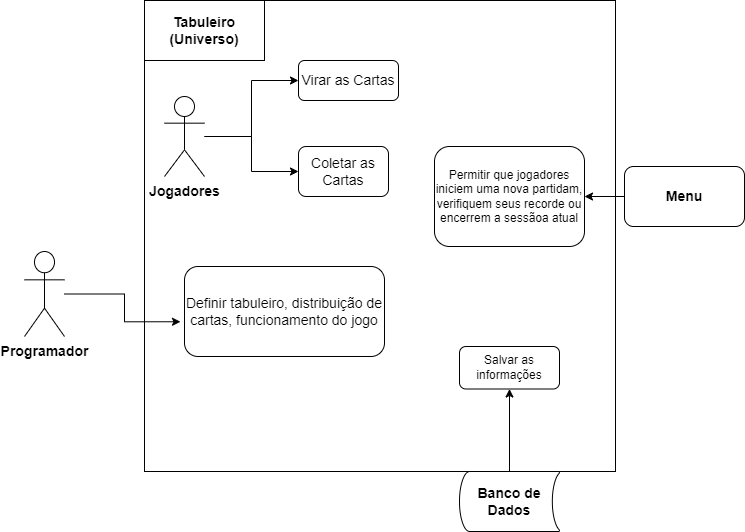
Above: Diagrama de Caso de Uso.drawio.png in FelipeRibeirooo/Entrega-03-OO-UML (draw.io), before the change. Source tidied: cells renumbered, new cells last; positions are measured from the earlier drawing's top-left corner, leaving out a move shared by most shapes.
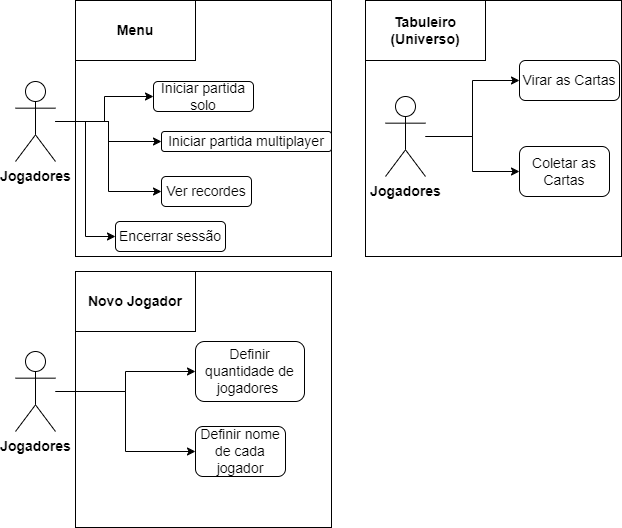
After the commit.

What changed in the source:
```diff
@@ -2,11 +2,8 @@
   <root>
     <mxCell id="0" />
     <mxCell id="1" parent="0" />
-    <mxCell id="2" value="&lt;font style=&quot;font-size: 14px;&quot;&gt;&lt;b&gt;Programador&lt;/b&gt;&lt;/font&gt;" style="shape=umlActor;verticalLabelPosition=bottom;verticalAlign=top;html=1;outlineConnect=0;" parent="1" vertex="1">
-      <mxGeometry y="251" width="40" height="85" as="geometry" />
-    </mxCell>
     <mxCell id="3" style="whiteSpace=wrap;html=1;rounded=0;glass=0;shadow=0;" parent="1" vertex="1">
-      <mxGeometry x="120" width="471" height="471" as="geometry" />
+      <mxGeometry x="120" width="256" height="256" as="geometry" />
     </mxCell>
     <mxCell id="4" style="edgeStyle=orthogonalEdgeStyle;rounded=0;orthogonalLoop=1;jettySize=auto;html=1;exitX=0.5;exitY=1;exitDx=0;exitDy=0;" parent="1" edge="1">
       <mxGeometry relative="1" as="geometry">
@@ -23,9 +20,6 @@
     <mxCell id="7" value="&lt;div&gt;&lt;font style=&quot;font-size: 14px;&quot;&gt;&lt;b&gt;Jogadores&lt;/b&gt;&lt;/font&gt;&lt;/div&gt;" style="shape=umlActor;verticalLabelPosition=bottom;verticalAlign=top;html=1;outlineConnect=0;" parent="1" vertex="1">
       <mxGeometry x="140" y="96" width="40" height="80" as="geometry" />
     </mxCell>
-    <mxCell id="8" value="&lt;font style=&quot;font-size: 14px;&quot;&gt;Definir tabuleiro, distribuição de cartas, funcionamento do jogo&lt;/font&gt;" style="text;html=1;strokeColor=default;fillColor=none;align=center;verticalAlign=middle;whiteSpace=wrap;rounded=1;" parent="1" vertex="1">
-      <mxGeometry x="160" y="266" width="200" height="90" as="geometry" />
-    </mxCell>
     <mxCell id="9" value="&lt;font style=&quot;font-size: 14px;&quot;&gt;Virar as Cartas&lt;/font&gt;" style="text;html=1;strokeColor=default;fillColor=none;align=center;verticalAlign=middle;whiteSpace=wrap;rounded=1;" parent="1" vertex="1">
       <mxGeometry x="274" y="60" width="100" height="40" as="geometry" />
     </mxCell>
@@ -35,26 +29,81 @@
     <mxCell id="11" value="&lt;b style=&quot;&quot;&gt;&lt;font style=&quot;font-size: 14px;&quot;&gt;Tabuleiro (Universo)&lt;/font&gt;&lt;/b&gt;" style="rounded=0;whiteSpace=wrap;html=1;" parent="1" vertex="1">
       <mxGeometry x="120" width="120" height="60" as="geometry" />
     </mxCell>
-    <mxCell id="12" style="edgeStyle=orthogonalEdgeStyle;rounded=0;jettySize=auto;html=1;entryX=-0.02;entryY=0.614;entryDx=0;entryDy=0;entryPerimeter=0;" parent="1" edge="1" source="2" target="8">
-      <mxGeometry relative="1" as="geometry" />
-    </mxCell>
-    <mxCell id="13" style="edgeStyle=orthogonalEdgeStyle;rounded=0;jettySize=auto;html=1;entryX=0.5;entryY=1;entryDx=0;entryDy=0;" parent="1" edge="1" source="14" target="15">
-      <mxGeometry relative="1" as="geometry" />
+    <mxCell id="13" style="edgeStyle=orthogonalEdgeStyle;rounded=0;jettySize=auto;html=1;entryX=0.5;entryY=1;entryDx=0;entryDy=0;" parent="1" edge="1" source="x">
+      <mxGeometry relative="1" as="geometry">
+        <mxPoint x="385" y="393.5" as="targetPoint" />
+      </mxGeometry>
     </mxCell>
-    <mxCell id="14" value="&lt;b&gt;&lt;font style=&quot;font-size: 14px;&quot;&gt;Banco de Dados&lt;/font&gt;&lt;/b&gt;" style="strokeWidth=1;html=1;shape=mxgraph.flowchart.stored_data;whiteSpace=wrap;fillColor=default;" parent="1" vertex="1">
-      <mxGeometry x="435" y="471" width="100" height="60" as="geometry" />
-    </mxCell>
-    <mxCell id="15" value="Salvar as informações" style="rounded=1;whiteSpace=wrap;html=1;" parent="1" vertex="1">
-      <mxGeometry x="435" y="346" width="100" height="42.5" as="geometry" />
-    </mxCell>
-    <mxCell id="16" value="Permitir que jogadores iniciem uma nova partidam, verifiquem seus recorde ou encerrem a sessãoa atual" style="rounded=1;whiteSpace=wrap;html=1;" parent="1" vertex="1">
-      <mxGeometry x="410" y="146" width="150" height="100" as="geometry" />
-    </mxCell>
-    <mxCell id="17" style="edgeStyle=orthogonalEdgeStyle;rounded=0;jettySize=auto;html=1;" parent="1" edge="1" source="18" target="16">
-      <mxGeometry relative="1" as="geometry" />
+    <mxCell id="17" style="edgeStyle=orthogonalEdgeStyle;rounded=0;jettySize=auto;html=1;" parent="1" edge="1" source="x">
+      <mxGeometry relative="1" as="geometry">
+        <mxPoint x="460" y="201" as="targetPoint" />
+      </mxGeometry>
     </mxCell>
+    <mxCell id="19" style="whiteSpace=wrap;html=1;rounded=0;glass=0;shadow=0;" parent="1" vertex="1">
+      <mxGeometry x="-170" width="256" height="256" as="geometry" />
+    </mxCell>
+    <mxCell id="20" style="edgeStyle=orthogonalEdgeStyle;rounded=0;orthogonalLoop=1;jettySize=auto;html=1;exitX=0.5;exitY=1;exitDx=0;exitDy=0;" parent="1" edge="1">
+      <mxGeometry relative="1" as="geometry">
+        <mxPoint x="40" y="80.5" as="sourcePoint" />
+        <mxPoint x="40" y="80.5" as="targetPoint" />
+      </mxGeometry>
+    </mxCell>
+    <mxCell id="21" style="edgeStyle=orthogonalEdgeStyle;rounded=0;jettySize=auto;html=1;" parent="1" edge="1" source="25" target="35">
+      <mxGeometry relative="1" as="geometry" />
+    </mxCell>
+    <mxCell id="22" style="edgeStyle=orthogonalEdgeStyle;rounded=0;jettySize=auto;html=1;entryX=0;entryY=0.5;entryDx=0;entryDy=0;" parent="1" edge="1" source="25" target="34">
+      <mxGeometry relative="1" as="geometry" />
+    </mxCell>
+    <mxCell id="23" style="edgeStyle=orthogonalEdgeStyle;rounded=0;jettySize=auto;html=1;entryX=0;entryY=0.5;entryDx=0;entryDy=0;" parent="1" edge="1" source="25" target="36">
+      <mxGeometry relative="1" as="geometry" />
+    </mxCell>
+    <mxCell id="24" style="edgeStyle=orthogonalEdgeStyle;rounded=0;jettySize=auto;html=1;entryX=0;entryY=0.5;entryDx=0;entryDy=0;" parent="1" edge="1" source="25" target="37">
+      <mxGeometry relative="1" as="geometry" />
+    </mxCell>
+    <mxCell id="25" value="&lt;div&gt;&lt;font style=&quot;font-size: 14px;&quot;&gt;&lt;b&gt;Jogadores&lt;/b&gt;&lt;/font&gt;&lt;/div&gt;" style="shape=umlActor;verticalLabelPosition=bottom;verticalAlign=top;html=1;outlineConnect=0;" parent="1" vertex="1">
+      <mxGeometry x="-230" y="81" width="40" height="80" as="geometry" />
+    </mxCell>
-    <mxCell id="18" value="&lt;b&gt;&lt;font style=&quot;font-size: 14px;&quot;&gt;Menu&lt;/font&gt;&lt;/b&gt;" style="rounded=1;whiteSpace=wrap;html=1;" parent="1" vertex="1">
-      <mxGeometry x="600" y="166" width="120" height="60" as="geometry" />
+    <mxCell id="18" value="&lt;b style=&quot;&quot;&gt;&lt;font style=&quot;font-size: 14px;&quot;&gt;Menu&lt;/font&gt;&lt;/b&gt;" style="rounded=0;whiteSpace=wrap;html=1;" parent="1" vertex="1">
+      <mxGeometry x="-170" width="120" height="60" as="geometry" />
     </mxCell>
+    <mxCell id="26" style="whiteSpace=wrap;html=1;rounded=0;glass=0;shadow=0;" parent="1" vertex="1">
+      <mxGeometry x="-170" y="271" width="256" height="256" as="geometry" />
+    </mxCell>
+    <mxCell id="27" style="edgeStyle=orthogonalEdgeStyle;rounded=0;orthogonalLoop=1;jettySize=auto;html=1;exitX=0.5;exitY=1;exitDx=0;exitDy=0;" parent="1" edge="1">
+      <mxGeometry relative="1" as="geometry">
+        <mxPoint x="40" y="351.5" as="sourcePoint" />
+        <mxPoint x="40" y="351.5" as="targetPoint" />
+      </mxGeometry>
+    </mxCell>
+    <mxCell id="28" style="edgeStyle=orthogonalEdgeStyle;rounded=0;jettySize=auto;html=1;" parent="1" edge="1" source="30" target="31">
+      <mxGeometry relative="1" as="geometry" />
+    </mxCell>
+    <mxCell id="29" style="edgeStyle=orthogonalEdgeStyle;rounded=0;jettySize=auto;html=1;" parent="1" edge="1" source="30" target="32">
+      <mxGeometry relative="1" as="geometry" />
+    </mxCell>
+    <mxCell id="30" value="&lt;div&gt;&lt;font style=&quot;font-size: 14px;&quot;&gt;&lt;b&gt;Jogadores&lt;/b&gt;&lt;/font&gt;&lt;/div&gt;" style="shape=umlActor;verticalLabelPosition=bottom;verticalAlign=top;html=1;outlineConnect=0;" parent="1" vertex="1">
+      <mxGeometry x="-230" y="351" width="40" height="80" as="geometry" />
+    </mxCell>
+    <mxCell id="31" value="&lt;font style=&quot;font-size: 14px;&quot;&gt;Definir quantidade de jogadores&amp;nbsp;&lt;/font&gt;" style="text;html=1;strokeColor=default;fillColor=none;align=center;verticalAlign=middle;whiteSpace=wrap;rounded=1;" parent="1" vertex="1">
+      <mxGeometry x="-50" y="341" width="109" height="60" as="geometry" />
+    </mxCell>
+    <mxCell id="32" value="&lt;span style=&quot;font-size: 14px;&quot;&gt;Definir nome de cada jogador&lt;/span&gt;" style="text;html=1;strokeColor=default;fillColor=none;align=center;verticalAlign=middle;whiteSpace=wrap;rounded=1;" parent="1" vertex="1">
+      <mxGeometry x="-50" y="426" width="90" height="50" as="geometry" />
+    </mxCell>
+    <mxCell id="33" value="&lt;b style=&quot;&quot;&gt;&lt;font style=&quot;font-size: 14px;&quot;&gt;Novo Jogador&lt;/font&gt;&lt;/b&gt;" style="rounded=0;whiteSpace=wrap;html=1;" parent="1" vertex="1">
+      <mxGeometry x="-170" y="271" width="120" height="60" as="geometry" />
+    </mxCell>
+    <mxCell id="34" value="&lt;font style=&quot;font-size: 14px;&quot;&gt;Iniciar partida solo&lt;/font&gt;" style="rounded=1;whiteSpace=wrap;html=1;" parent="1" vertex="1">
+      <mxGeometry x="-92" y="81" width="100" height="30" as="geometry" />
+    </mxCell>
+    <mxCell id="35" value="&lt;font style=&quot;font-size: 14px;&quot;&gt;Iniciar partida multiplayer&lt;/font&gt;" style="rounded=1;whiteSpace=wrap;html=1;" parent="1" vertex="1">
+      <mxGeometry x="-84" y="131" width="170" height="20" as="geometry" />
+    </mxCell>
+    <mxCell id="36" value="&lt;font style=&quot;font-size: 14px;&quot;&gt;Ver recordes&lt;/font&gt;" style="rounded=1;whiteSpace=wrap;html=1;" parent="1" vertex="1">
+      <mxGeometry x="-84" y="176" width="90" height="30" as="geometry" />
+    </mxCell>
+    <mxCell id="37" value="&lt;font style=&quot;font-size: 14px;&quot;&gt;Encerrar sessão&lt;/font&gt;" style="rounded=1;whiteSpace=wrap;html=1;" parent="1" vertex="1">
+      <mxGeometry x="-130" y="221" width="110" height="30" as="geometry" />
+    </mxCell>
   </root>
 </mxGraphModel>
```
